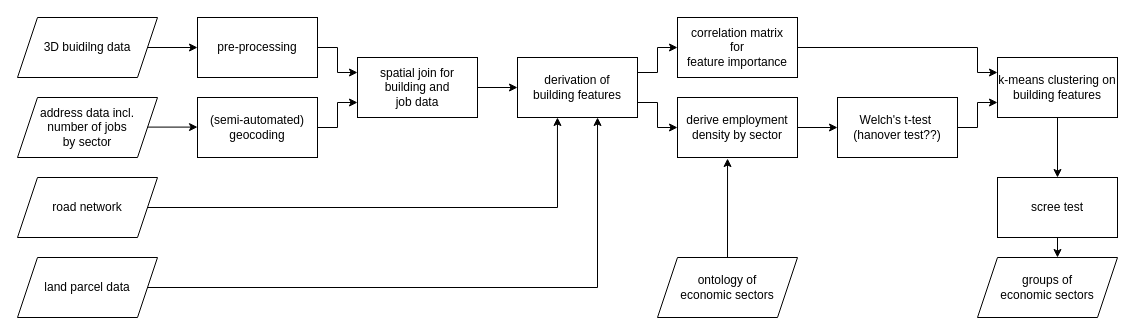
traveller195/draw_io keeps this draw.io diagram as agile_001_flowchart.drawio. Above is the earlier version. Source tidied: cells renumbered, new cells numbered last; positions are measured from the earlier drawing's top-left corner, leaving out a move shared by most shapes. Both pictures are drawn from the tidied source at 100%, with x=0, y=0 at pixel (17, 17).
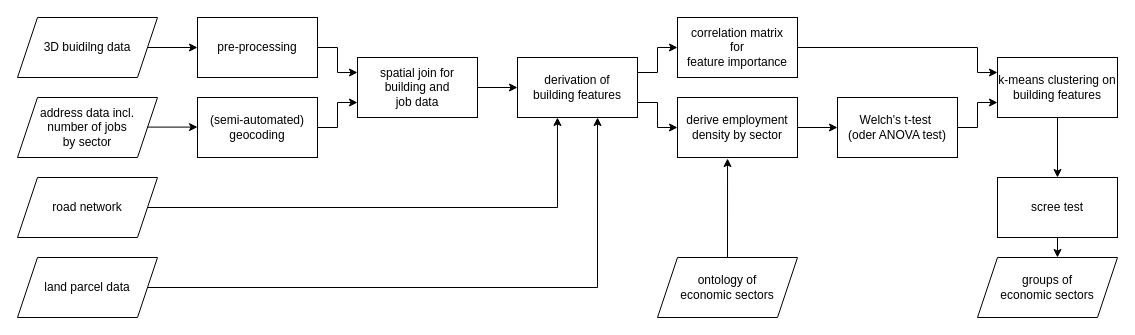
The same diagram, later.

Change to the diagram source:
```diff
@@
-    <mxCell id="13" value="&lt;div&gt;Welch's t-test&amp;nbsp; &lt;/div&gt;(hanover test??)" style="rounded=0;whiteSpace=wrap;html=1;" parent="1" vertex="1">
+    <mxCell id="13" value="&lt;div&gt;Welch's t-test&amp;nbsp; &lt;/div&gt;(oder ANOVA test)" style="rounded=0;whiteSpace=wrap;html=1;" parent="1" vertex="1">
       <mxGeometry x="820" y="80" width="120" height="60" as="geometry" />
     </mxCell>
```
